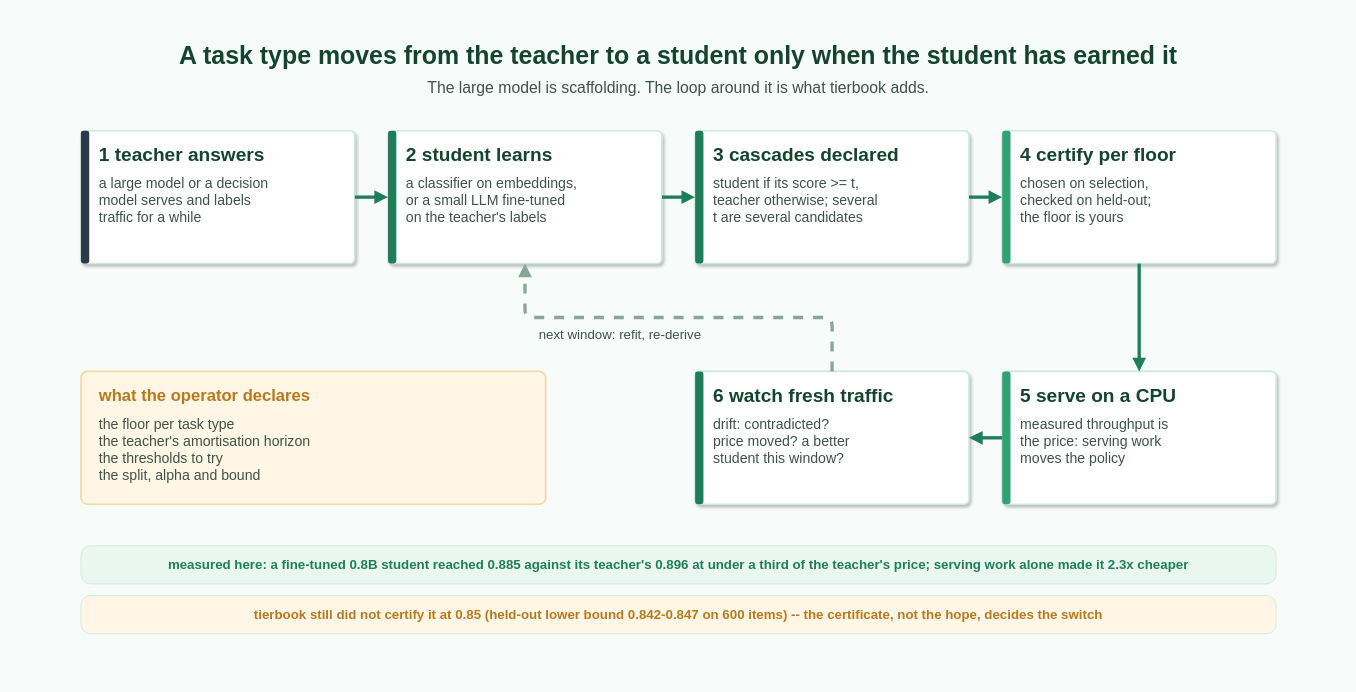
Above: docs/diagrams/student-ops.drawio in littlemex/tierbook (draw.io), before the change. Source tidied: cells renumbered, new cells numbered last; positions are measured from the earlier drawing's top-left corner, leaving out a move shared by most shapes. Both pictures are drawn from the tidied source at 83%, with x=0, y=0 at pixel (14, 14).
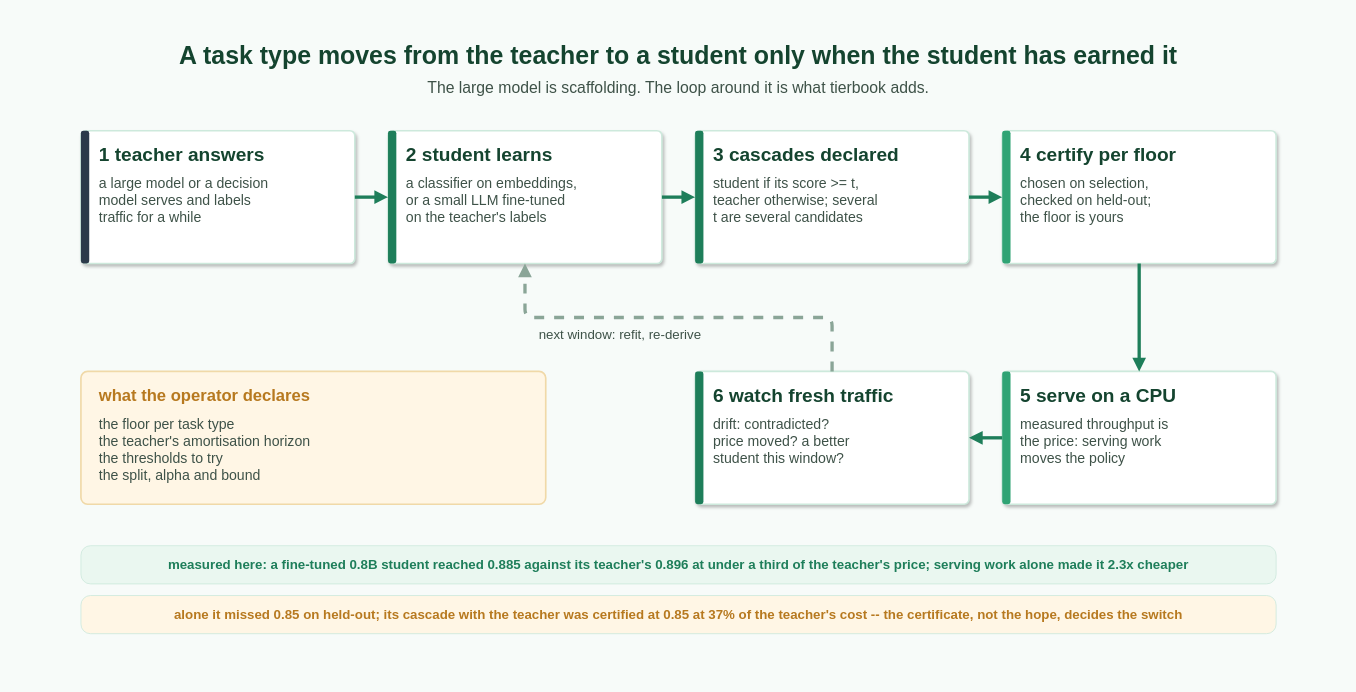
Above is the later version.

Commit message (it also covers changes not shown here):
verify: rounds 2 and 11, the real Prismyra router certified at 0.80, served from the export, and confirmed by drift

What changed in the source:
```diff
@@
-    <mxCell id="42" value="tierbook still did not certify it at 0.85 (held-out lower bound 0.842-0.847 on 600 items) -- the certificate, not the hope, decides the switch" style="text;html=1;whiteSpace=wrap;align=center;verticalAlign=middle;fontFamily=Helvetica;fontSize=16;fontColor=#B7791F;fontStyle=1;spacing=2;" parent="1" vertex="1">
+    <mxCell id="42" value="alone it missed 0.85 on held-out; its cascade with the teacher was certified at 0.85 at 37% of the teacher's cost -- the certificate, not the hope, decides the switch" style="text;html=1;whiteSpace=wrap;align=center;verticalAlign=middle;fontFamily=Helvetica;fontSize=16;fontColor=#B7791F;fontStyle=1;spacing=2;" parent="1" vertex="1">
       <mxGeometry x="86" y="700" width="1428" height="46" as="geometry" />
     </mxCell>
```
